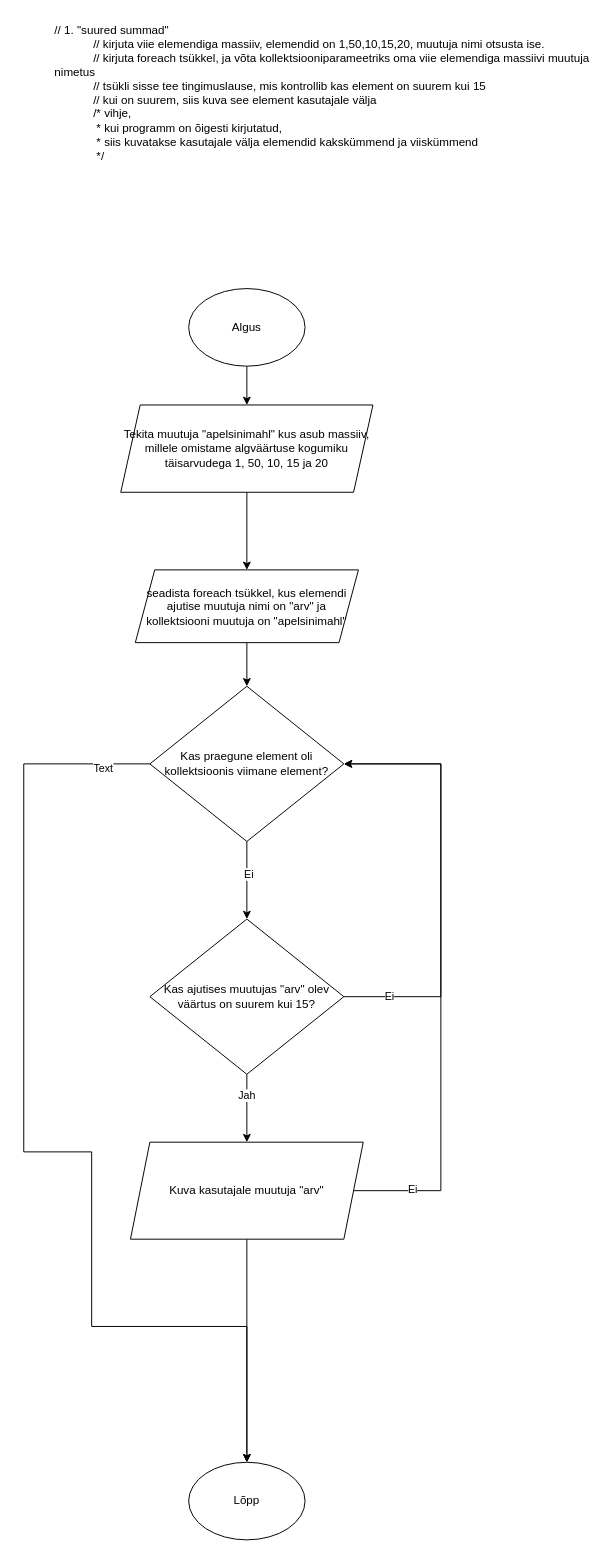
This is Vooskeemid/diagramm5.drawio from Krokodillionu/harjutused, a draw.io file, before an edit. Source tidied: cells renumbered, new cells numbered last; positions are measured from the earlier drawing's top-left corner, leaving out a move shared by most shapes. Both pictures are drawn from the tidied source at 97%, with x=0, y=0 at pixel (23, 16).
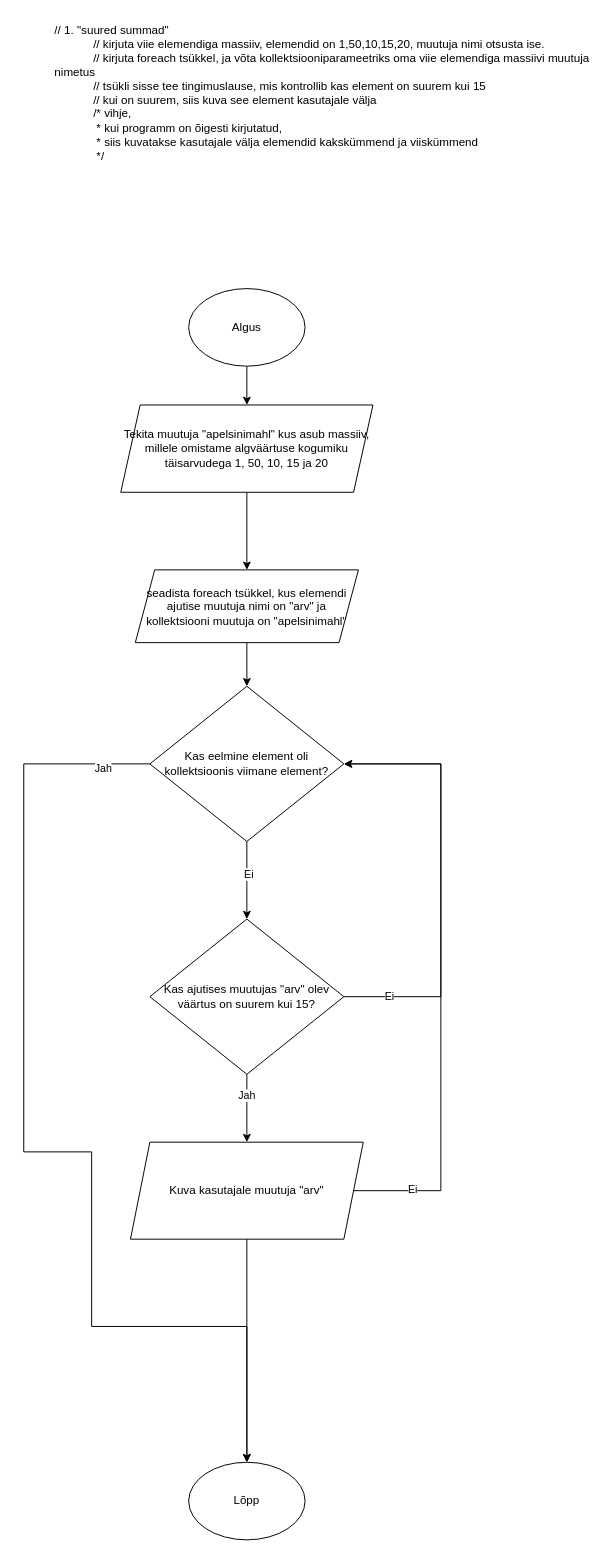
The same page after the edit.

Unchanged cells that the change refers to:
```xml
<mxCell id="11" style="edgeStyle=orthogonalEdgeStyle;rounded=0;jettySize=auto;html=1;entryX=0.5;entryY=0;entryDx=0;entryDy=0;" parent="1" edge="1" source="13" target="23">
  <mxGeometry relative="1" as="geometry">
    <Array as="points">
      <mxPoint y="770" />
      <mxPoint y="1170" />
      <mxPoint x="70" y="1170" />
      <mxPoint x="70" y="1350" />
      <mxPoint x="230" y="1350" />
    </Array>
  </mxGeometry>
</mxCell>
```

Diff of the diagram source:
```diff
@@
-    <mxCell id="12" value="Text" style="edgeLabel;html=1;align=center;verticalAlign=middle;" parent="11" vertex="1">
+    <mxCell id="12" value="Jah" style="edgeLabel;html=1;align=center;verticalAlign=middle;" parent="11" vertex="1">
       <mxGeometry x="-0.91" y="4" relative="1" as="geometry" />
     </mxCell>
-    <mxCell id="13" value="Kas praegune element oli kollektsioonis viimane element?" style="rhombus;whiteSpace=wrap;html=1;" parent="1" vertex="1">
+    <mxCell id="13" value="Kas eelmine element oli kollektsioonis viimane element?" style="rhombus;whiteSpace=wrap;html=1;" parent="1" vertex="1">
       <mxGeometry x="130" y="690" width="200" height="160" as="geometry" />
     </mxCell>
```
